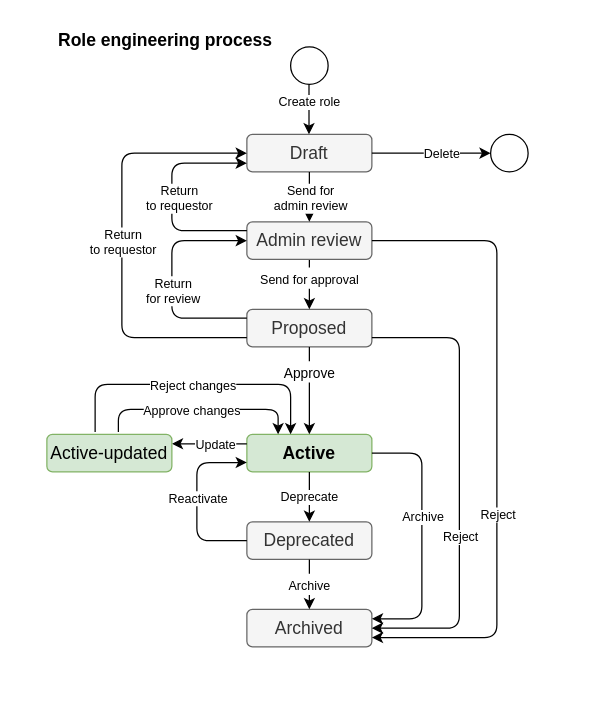
This is page "role-engineering" (3 of 10) of midpoint/devel/iga/iga-schemas.drawio from Evolveum/docs, a draw.io file, before an edit. Source tidied: cells renumbered, new cells numbered last; positions are measured from the earlier drawing's top-left corner, leaving out a move shared by most shapes. Both pictures are drawn from the tidied source at 125%, with x=0, y=0 at pixel (46, 21).
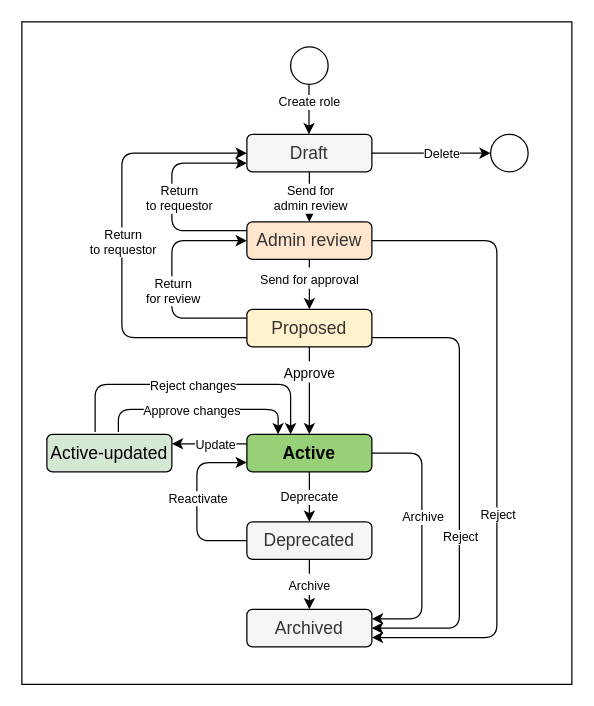
After the change.

Diff of the diagram source:
```diff
@@
+    <mxCell id="42" style="rounded=0;whiteSpace=wrap;html=1;labelBackgroundColor=none;strokeColor=#000000;strokeWidth=1;fillColor=none;gradientColor=#B3B3B3;" parent="1" vertex="1">
+      <mxGeometry x="-20" width="440" height="530" as="geometry" />
+    </mxCell>
-    <mxCell id="2" value="Draft" style="rounded=1;whiteSpace=wrap;html=1;fontSize=14;fillColor=#f5f5f5;fontColor=#333333;strokeColor=#666666;" parent="1" vertex="1">
+    <mxCell id="2" value="Draft" style="rounded=1;whiteSpace=wrap;html=1;fontSize=14;fillColor=#f5f5f5;fontColor=#333333;strokeColor=#000000;" parent="1" vertex="1">
       <mxGeometry x="160" y="90" width="100" height="30" as="geometry" />
     </mxCell>
-    <mxCell id="3" value="Proposed" style="rounded=1;whiteSpace=wrap;html=1;fontSize=14;fillColor=#f5f5f5;fontColor=#333333;strokeColor=#666666;" parent="1" vertex="1">
+    <mxCell id="3" value="Proposed" style="rounded=1;whiteSpace=wrap;html=1;fontSize=14;fillColor=#FFF2CC;fontColor=#333333;strokeColor=#000000;" parent="1" vertex="1">
       <mxGeometry x="160" y="230" width="100" height="30" as="geometry" />
     </mxCell>
-    <mxCell id="4" value="Active" style="rounded=1;whiteSpace=wrap;html=1;fontSize=14;fontStyle=1;fillColor=#d5e8d4;strokeColor=#82b366;" parent="1" vertex="1">
+    <mxCell id="4" value="Active" style="rounded=1;whiteSpace=wrap;html=1;fontSize=14;fontStyle=1;fillColor=#97D077;strokeColor=#000000;" parent="1" vertex="1">
       <mxGeometry x="160" y="330" width="100" height="30" as="geometry" />
     </mxCell>
-    <mxCell id="5" value="Deprecated" style="rounded=1;whiteSpace=wrap;html=1;fontSize=14;fillColor=#f5f5f5;fontColor=#333333;strokeColor=#666666;" parent="1" vertex="1">
+    <mxCell id="5" value="Deprecated" style="rounded=1;whiteSpace=wrap;html=1;fontSize=14;fillColor=#f5f5f5;fontColor=#333333;strokeColor=#000000;" parent="1" vertex="1">
       <mxGeometry x="160" y="400" width="100" height="30" as="geometry" />
     </mxCell>
-    <mxCell id="6" value="Archived" style="rounded=1;whiteSpace=wrap;html=1;fontSize=14;fillColor=#f5f5f5;fontColor=#333333;strokeColor=#666666;" parent="1" vertex="1">
+    <mxCell id="6" value="Archived" style="rounded=1;whiteSpace=wrap;html=1;fontSize=14;fillColor=#f5f5f5;fontColor=#333333;strokeColor=#000000;" parent="1" vertex="1">
       <mxGeometry x="160" y="470" width="100" height="30" as="geometry" />
     </mxCell>
-    <mxCell id="7" value="Role engineering process" style="text;html=1;strokeColor=none;fillColor=none;align=center;verticalAlign=middle;whiteSpace=wrap;rounded=0;fontSize=14;fontStyle=1;" parent="1" vertex="1">
-      <mxGeometry width="190" height="30" as="geometry" />
-    </mxCell>
@@
-    <mxCell id="20" value="&lt;font style=&quot;font-weight: normal ; font-size: 14px&quot;&gt;Active-updated&lt;/font&gt;" style="rounded=1;whiteSpace=wrap;html=1;fontSize=14;fontStyle=1;fillColor=#d5e8d4;strokeColor=#82b366;" parent="1" vertex="1">
+    <mxCell id="20" value="&lt;font style=&quot;font-weight: normal ; font-size: 14px&quot;&gt;Active-updated&lt;/font&gt;" style="rounded=1;whiteSpace=wrap;html=1;fontSize=14;fontStyle=1;fillColor=#D5E8D4;strokeColor=#000000;" parent="1" vertex="1">
       <mxGeometry y="330" width="100" height="30" as="geometry" />
     </mxCell>
@@
-    <mxCell id="25" value="Admin review" style="rounded=1;whiteSpace=wrap;html=1;fontSize=14;fillColor=#f5f5f5;fontColor=#333333;strokeColor=#666666;" parent="1" vertex="1">
+    <mxCell id="25" value="Admin review" style="rounded=1;whiteSpace=wrap;html=1;fontSize=14;fillColor=#FFE6CC;fontColor=#333333;strokeColor=#000000;" parent="1" vertex="1">
       <mxGeometry x="160" y="160" width="100" height="30" as="geometry" />
     </mxCell>
```
